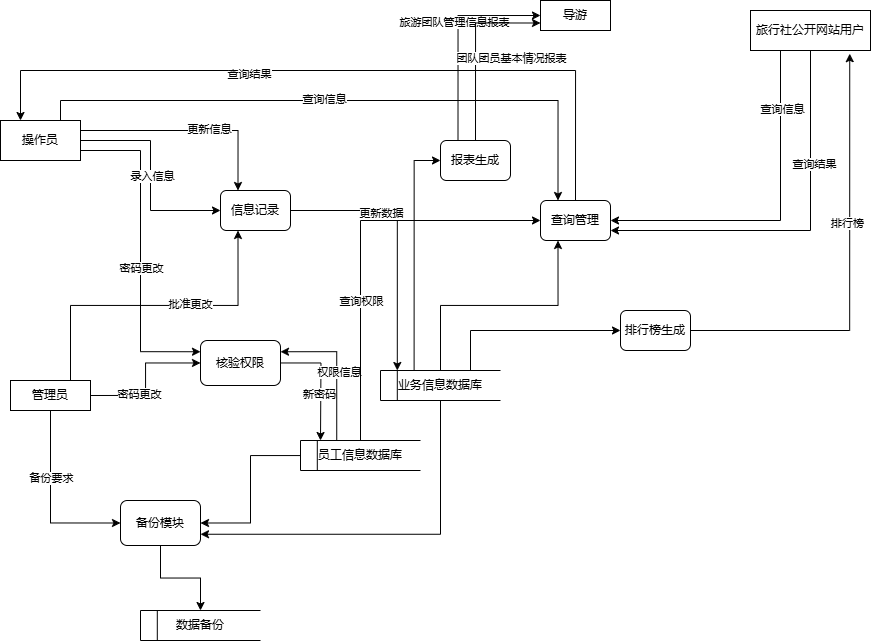
Earlier version of the draw.io export 可行性-数据流图.drawio.png (wefcdse/softeng). Source tidied: cells renumbered, new cells last; positions are measured from the earlier drawing's top-left corner, leaving out a move shared by most shapes. The source it was exported from:
```xml
<mxGraphModel>
  <root>
    <mxCell id="0" />
    <mxCell id="1" parent="0" />
    <mxCell id="2" style="group;" parent="1" vertex="1">
      <mxGeometry x="300" y="440" width="120" height="30" as="geometry" />
    </mxCell>
    <mxCell id="3" style="endArrow=none;html=1;rounded=0;entryX=0;entryY=0;entryDx=0;entryDy=0;exitX=0;exitY=1;exitDx=0;exitDy=0;" parent="2" edge="1" source="4" target="4">
      <mxGeometry relative="1" as="geometry" />
    </mxCell>
    <mxCell id="4" value="员工信息数据库" style="shape=partialRectangle;whiteSpace=wrap;html=1;left=0;right=0;fillColor=none;points=[[0,0,0,0,0],[0,0.25,0,0,0],[0,0.5,0,0,0],[0,0.75,0,0,0],[0,1,0,0,0],[0.14,0,0,0,0],[0.14,1,0,0,0],[0.5,0,0,0,0],[0.5,1,0,0,0],[0.75,0,0,0,0],[0.75,1,0,0,0],[1,0,0,0,0],[1,0.25,0,0,0],[1,0.5,0,0,0],[1,0.75,0,0,0],[1,1,0,0,0]];" parent="2" vertex="1">
      <mxGeometry width="120" height="30" as="geometry" />
    </mxCell>
    <mxCell id="5" style="endArrow=none;html=1;rounded=0;entryX=0.14;entryY=0;entryDx=0;entryDy=0;entryPerimeter=0;exitX=0.14;exitY=1;exitDx=0;exitDy=0;exitPerimeter=0;" parent="2" edge="1" source="4" target="4">
      <mxGeometry relative="1" as="geometry" />
    </mxCell>
    <mxCell id="6" style="edgeStyle=orthogonalEdgeStyle;rounded=0;jettySize=auto;html=1;" parent="1" edge="1" source="8">
      <mxGeometry relative="1" as="geometry">
        <mxPoint x="320" y="440" as="targetPoint" />
      </mxGeometry>
    </mxCell>
    <mxCell id="7" value="新密码" style="edgeLabel;html=1;align=center;verticalAlign=middle;" parent="6" vertex="1">
      <mxGeometry x="0.21" y="-2" relative="1" as="geometry">
        <mxPoint y="1" as="offset" />
      </mxGeometry>
    </mxCell>
    <mxCell id="8" value="核验权限" style="rounded=1;whiteSpace=wrap;html=1;" parent="1" vertex="1">
      <mxGeometry x="200" y="340" width="80" height="45" as="geometry" />
    </mxCell>
    <mxCell id="9" style="edgeStyle=orthogonalEdgeStyle;rounded=0;jettySize=auto;html=1;entryX=0;entryY=0.25;entryDx=0;entryDy=0;exitX=1;exitY=0.75;exitDx=0;exitDy=0;" parent="1" edge="1" source="17" target="8">
      <mxGeometry relative="1" as="geometry" />
    </mxCell>
    <mxCell id="10" value="密码更改" style="edgeLabel;html=1;align=center;verticalAlign=middle;" parent="9" vertex="1">
      <mxGeometry x="-0.04" relative="1" as="geometry">
        <mxPoint y="23" as="offset" />
      </mxGeometry>
    </mxCell>
    <mxCell id="11" style="edgeStyle=orthogonalEdgeStyle;rounded=0;jettySize=auto;html=1;entryX=0;entryY=0.5;entryDx=0;entryDy=0;" parent="1" edge="1" source="17" target="25">
      <mxGeometry relative="1" as="geometry" />
    </mxCell>
    <mxCell id="12" value="录入信息" style="edgeLabel;html=1;align=center;verticalAlign=middle;" parent="11" vertex="1">
      <mxGeometry x="0.01" y="1" relative="1" as="geometry" />
    </mxCell>
    <mxCell id="13" style="edgeStyle=orthogonalEdgeStyle;rounded=0;jettySize=auto;html=1;exitX=1;exitY=0.25;exitDx=0;exitDy=0;entryX=0.25;entryY=0;entryDx=0;entryDy=0;" parent="1" edge="1" source="17" target="25">
      <mxGeometry relative="1" as="geometry" />
    </mxCell>
    <mxCell id="14" value="更新信息" style="edgeLabel;html=1;align=center;verticalAlign=middle;" parent="13" vertex="1">
      <mxGeometry x="0.18" y="2" relative="1" as="geometry" />
    </mxCell>
    <mxCell id="15" style="edgeStyle=orthogonalEdgeStyle;rounded=0;jettySize=auto;html=1;exitX=0.75;exitY=0;exitDx=0;exitDy=0;entryX=0.25;entryY=0;entryDx=0;entryDy=0;" parent="1" edge="1" source="17" target="42">
      <mxGeometry relative="1" as="geometry" />
    </mxCell>
    <mxCell id="16" value="查询信息" style="edgeLabel;html=1;align=center;verticalAlign=middle;" parent="15" vertex="1">
      <mxGeometry x="-0.08" y="2" relative="1" as="geometry" />
    </mxCell>
    <mxCell id="17" value="操作员" style="rounded=0;whiteSpace=wrap;html=1;" parent="1" vertex="1">
      <mxGeometry y="120" width="80" height="40" as="geometry" />
    </mxCell>
    <mxCell id="18" style="edgeStyle=orthogonalEdgeStyle;rounded=0;jettySize=auto;html=1;exitX=1;exitY=0.5;exitDx=0;exitDy=0;" parent="1" edge="1" source="22" target="8">
      <mxGeometry relative="1" as="geometry" />
    </mxCell>
    <mxCell id="19" value="密码更改" style="edgeLabel;html=1;align=center;verticalAlign=middle;" parent="18" vertex="1">
      <mxGeometry x="-0.33" y="2" relative="1" as="geometry" />
    </mxCell>
    <mxCell id="20" style="edgeStyle=orthogonalEdgeStyle;rounded=0;jettySize=auto;html=1;entryX=0;entryY=0.5;entryDx=0;entryDy=0;exitX=0.5;exitY=1;exitDx=0;exitDy=0;" parent="1" edge="1" source="22" target="45">
      <mxGeometry relative="1" as="geometry" />
    </mxCell>
    <mxCell id="21" value="备份要求" style="edgeLabel;html=1;align=center;verticalAlign=middle;" parent="20" vertex="1">
      <mxGeometry x="-0.26" relative="1" as="geometry" />
    </mxCell>
    <mxCell id="22" value="管理员" style="rounded=0;whiteSpace=wrap;html=1;" parent="1" vertex="1">
      <mxGeometry x="10" y="380" width="80" height="30" as="geometry" />
    </mxCell>
    <mxCell id="23" style="edgeStyle=orthogonalEdgeStyle;rounded=0;jettySize=auto;html=1;exitX=0.302;exitY=-0.004;exitDx=0;exitDy=0;exitPerimeter=0;entryX=1;entryY=0.25;entryDx=0;entryDy=0;" parent="1" edge="1" source="4" target="8">
      <mxGeometry relative="1" as="geometry" />
    </mxCell>
    <mxCell id="24" value="权限信息" style="edgeLabel;html=1;align=center;verticalAlign=middle;" parent="23" vertex="1">
      <mxGeometry x="-0.06" y="-2" relative="1" as="geometry" />
    </mxCell>
    <mxCell id="25" value="信息记录" style="rounded=1;whiteSpace=wrap;html=1;" parent="1" vertex="1">
      <mxGeometry x="220" y="190" width="70" height="40" as="geometry" />
    </mxCell>
    <mxCell id="26" style="edgeStyle=orthogonalEdgeStyle;rounded=0;jettySize=auto;html=1;exitX=0.75;exitY=0;exitDx=0;exitDy=0;entryX=0.25;entryY=1;entryDx=0;entryDy=0;" parent="1" edge="1" source="22" target="25">
      <mxGeometry relative="1" as="geometry" />
    </mxCell>
    <mxCell id="27" value="批准更改" style="edgeLabel;html=1;align=center;verticalAlign=middle;" parent="26" vertex="1">
      <mxGeometry x="0.18" y="-3" relative="1" as="geometry">
        <mxPoint x="7" y="-5" as="offset" />
      </mxGeometry>
    </mxCell>
    <mxCell id="28" style="group;" parent="1" vertex="1">
      <mxGeometry x="380" y="370" width="120" height="30" as="geometry" />
    </mxCell>
    <mxCell id="29" style="endArrow=none;html=1;rounded=0;entryX=0;entryY=0;entryDx=0;entryDy=0;exitX=0;exitY=1;exitDx=0;exitDy=0;" parent="28" edge="1" source="30" target="30">
      <mxGeometry relative="1" as="geometry" />
    </mxCell>
    <mxCell id="30" value="业务信息数据库" style="shape=partialRectangle;whiteSpace=wrap;html=1;left=0;right=0;fillColor=none;points=[[0,0,0,0,0],[0,0.25,0,0,0],[0,0.5,0,0,0],[0,0.75,0,0,0],[0,1,0,0,0],[0.14,0,0,0,0],[0.14,1,0,0,0],[0.28,0,0,0,0],[0.28,1,0,0,0],[0.5,0,0,0,0],[0.5,1,0,0,0],[0.75,0,0,0,0],[0.75,1,0,0,0],[1,0,0,0,0],[1,0.25,0,0,0],[1,0.5,0,0,0],[1,0.75,0,0,0],[1,1,0,0,0]];" parent="28" vertex="1">
      <mxGeometry width="120" height="30" as="geometry" />
    </mxCell>
    <mxCell id="31" style="endArrow=none;html=1;rounded=0;entryX=0.14;entryY=0;entryDx=0;entryDy=0;entryPerimeter=0;exitX=0.14;exitY=1;exitDx=0;exitDy=0;exitPerimeter=0;" parent="28" edge="1" source="30" target="30">
      <mxGeometry relative="1" as="geometry" />
    </mxCell>
    <mxCell id="32" style="edgeStyle=orthogonalEdgeStyle;rounded=0;jettySize=auto;html=1;entryX=0.14;entryY=0;entryDx=0;entryDy=0;entryPerimeter=0;" parent="1" edge="1" source="25" target="30">
      <mxGeometry relative="1" as="geometry" />
    </mxCell>
    <mxCell id="33" value="更新数据" style="edgeLabel;html=1;align=center;verticalAlign=middle;" parent="32" vertex="1">
      <mxGeometry x="-0.32" y="-2" relative="1" as="geometry" />
    </mxCell>
    <mxCell id="34" value="导游" style="rounded=0;whiteSpace=wrap;html=1;" parent="1" vertex="1">
      <mxGeometry x="540" width="70" height="30" as="geometry" />
    </mxCell>
    <mxCell id="35" style="edgeStyle=orthogonalEdgeStyle;rounded=0;jettySize=auto;html=1;exitX=0.25;exitY=1;exitDx=0;exitDy=0;entryX=1;entryY=0.5;entryDx=0;entryDy=0;" parent="1" edge="1" source="39" target="42">
      <mxGeometry relative="1" as="geometry" />
    </mxCell>
    <mxCell id="36" value="查询信息" style="edgeLabel;html=1;align=center;verticalAlign=middle;" parent="35" vertex="1">
      <mxGeometry x="-0.65" y="1" relative="1" as="geometry" />
    </mxCell>
    <mxCell id="37" style="edgeStyle=orthogonalEdgeStyle;rounded=0;jettySize=auto;html=1;exitX=0.5;exitY=1;exitDx=0;exitDy=0;entryX=1;entryY=0.75;entryDx=0;entryDy=0;" parent="1" edge="1" source="39" target="42">
      <mxGeometry relative="1" as="geometry" />
    </mxCell>
    <mxCell id="38" value="查询结果" style="edgeLabel;html=1;align=center;verticalAlign=middle;" parent="37" vertex="1">
      <mxGeometry x="-0.4" y="3" relative="1" as="geometry" />
    </mxCell>
    <mxCell id="39" value="旅行社公开网站用户" style="rounded=0;whiteSpace=wrap;html=1;" parent="1" vertex="1">
      <mxGeometry x="750" y="10" width="120" height="40" as="geometry" />
    </mxCell>
    <mxCell id="40" style="edgeStyle=orthogonalEdgeStyle;rounded=0;jettySize=auto;html=1;exitX=0.5;exitY=0;exitDx=0;exitDy=0;entryX=0.25;entryY=0;entryDx=0;entryDy=0;" parent="1" edge="1" source="42" target="17">
      <mxGeometry relative="1" as="geometry">
        <Array as="points">
          <mxPoint x="575" y="70" />
          <mxPoint x="20" y="70" />
        </Array>
      </mxGeometry>
    </mxCell>
    <mxCell id="41" value="查询结果" style="edgeLabel;html=1;align=center;verticalAlign=middle;" parent="40" vertex="1">
      <mxGeometry x="0.24" y="3" relative="1" as="geometry">
        <mxPoint x="1" as="offset" />
      </mxGeometry>
    </mxCell>
    <mxCell id="42" value="查询管理" style="rounded=1;whiteSpace=wrap;html=1;" parent="1" vertex="1">
      <mxGeometry x="540" y="200" width="70" height="40" as="geometry" />
    </mxCell>
    <mxCell id="43" style="edgeStyle=orthogonalEdgeStyle;rounded=0;jettySize=auto;html=1;exitX=0.5;exitY=0;exitDx=0;exitDy=0;exitPerimeter=0;entryX=0;entryY=0.5;entryDx=0;entryDy=0;" parent="1" edge="1" source="4" target="42">
      <mxGeometry relative="1" as="geometry" />
    </mxCell>
    <mxCell id="44" value="查询权限" style="edgeLabel;html=1;align=center;verticalAlign=middle;" parent="43" vertex="1">
      <mxGeometry x="-0.3" relative="1" as="geometry" />
    </mxCell>
    <mxCell id="45" value="备份模块" style="rounded=1;whiteSpace=wrap;html=1;" parent="1" vertex="1">
      <mxGeometry x="120" y="500" width="80" height="45" as="geometry" />
    </mxCell>
    <mxCell id="46" style="edgeStyle=orthogonalEdgeStyle;rounded=0;jettySize=auto;html=1;entryX=1;entryY=0.5;entryDx=0;entryDy=0;" parent="1" edge="1" source="4" target="45">
      <mxGeometry relative="1" as="geometry" />
    </mxCell>
    <mxCell id="47" style="edgeStyle=orthogonalEdgeStyle;rounded=0;jettySize=auto;html=1;entryX=1;entryY=0.75;entryDx=0;entryDy=0;exitX=0.5;exitY=1;exitDx=0;exitDy=0;exitPerimeter=0;" parent="1" edge="1" source="30" target="45">
      <mxGeometry relative="1" as="geometry" />
    </mxCell>
    <mxCell id="48" style="group;" parent="1" vertex="1">
      <mxGeometry x="140" y="610" width="120" height="30" as="geometry" />
    </mxCell>
    <mxCell id="49" style="endArrow=none;html=1;rounded=0;entryX=0;entryY=0;entryDx=0;entryDy=0;exitX=0;exitY=1;exitDx=0;exitDy=0;" parent="48" edge="1" source="50" target="50">
      <mxGeometry relative="1" as="geometry" />
    </mxCell>
    <mxCell id="50" value="数据备份" style="shape=partialRectangle;whiteSpace=wrap;html=1;left=0;right=0;fillColor=none;points=[[0,0,0,0,0],[0,0.25,0,0,0],[0,0.5,0,0,0],[0,0.75,0,0,0],[0,1,0,0,0],[0.14,0,0,0,0],[0.14,1,0,0,0],[0.5,0,0,0,0],[0.5,1,0,0,0],[0.75,0,0,0,0],[0.75,1,0,0,0],[1,0,0,0,0],[1,0.25,0,0,0],[1,0.5,0,0,0],[1,0.75,0,0,0],[1,1,0,0,0]];" parent="48" vertex="1">
      <mxGeometry width="120" height="30" as="geometry" />
    </mxCell>
    <mxCell id="51" style="endArrow=none;html=1;rounded=0;entryX=0.14;entryY=0;entryDx=0;entryDy=0;entryPerimeter=0;exitX=0.14;exitY=1;exitDx=0;exitDy=0;exitPerimeter=0;" parent="48" edge="1" source="50" target="50">
      <mxGeometry relative="1" as="geometry" />
    </mxCell>
    <mxCell id="52" style="edgeStyle=orthogonalEdgeStyle;rounded=0;jettySize=auto;html=1;entryX=0.5;entryY=0;entryDx=0;entryDy=0;entryPerimeter=0;" parent="1" edge="1" source="45" target="50">
      <mxGeometry relative="1" as="geometry" />
    </mxCell>
    <mxCell id="53" style="edgeStyle=orthogonalEdgeStyle;rounded=0;jettySize=auto;html=1;entryX=0.25;entryY=1;entryDx=0;entryDy=0;exitX=0.5;exitY=0;exitDx=0;exitDy=0;exitPerimeter=0;" parent="1" edge="1" source="30" target="42">
      <mxGeometry relative="1" as="geometry" />
    </mxCell>
    <mxCell id="54" value="排行榜生成" style="rounded=1;whiteSpace=wrap;html=1;" parent="1" vertex="1">
      <mxGeometry x="620" y="310" width="70" height="40" as="geometry" />
    </mxCell>
    <mxCell id="55" style="edgeStyle=orthogonalEdgeStyle;rounded=0;jettySize=auto;html=1;exitX=0.75;exitY=0;exitDx=0;exitDy=0;exitPerimeter=0;entryX=0;entryY=0.5;entryDx=0;entryDy=0;" parent="1" edge="1" source="30" target="54">
      <mxGeometry relative="1" as="geometry" />
    </mxCell>
    <mxCell id="56" style="edgeStyle=orthogonalEdgeStyle;rounded=0;jettySize=auto;html=1;exitX=1;exitY=0.5;exitDx=0;exitDy=0;entryX=0.827;entryY=1.08;entryDx=0;entryDy=0;entryPerimeter=0;" parent="1" edge="1" source="54" target="39">
      <mxGeometry relative="1" as="geometry" />
    </mxCell>
    <mxCell id="57" value="排行榜" style="edgeLabel;html=1;align=center;verticalAlign=middle;" parent="56" vertex="1">
      <mxGeometry x="0.23" y="3" relative="1" as="geometry" />
    </mxCell>
    <mxCell id="58" style="edgeStyle=orthogonalEdgeStyle;rounded=0;jettySize=auto;html=1;exitX=0.25;exitY=0;exitDx=0;exitDy=0;entryX=0;entryY=0.5;entryDx=0;entryDy=0;" parent="1" edge="1" source="62" target="34">
      <mxGeometry relative="1" as="geometry" />
    </mxCell>
    <mxCell id="59" value="旅游团队管理信息报表" style="edgeLabel;html=1;align=center;verticalAlign=middle;" parent="58" vertex="1">
      <mxGeometry x="0.15" y="5" relative="1" as="geometry">
        <mxPoint x="1" as="offset" />
      </mxGeometry>
    </mxCell>
    <mxCell id="60" style="edgeStyle=orthogonalEdgeStyle;rounded=0;jettySize=auto;html=1;exitX=0.5;exitY=0;exitDx=0;exitDy=0;entryX=0;entryY=0.75;entryDx=0;entryDy=0;" parent="1" edge="1" source="62" target="34">
      <mxGeometry relative="1" as="geometry" />
    </mxCell>
    <mxCell id="61" value="团队团员基本情况报表" style="edgeLabel;html=1;align=center;verticalAlign=middle;" parent="60" vertex="1">
      <mxGeometry x="-0.29" y="1" relative="1" as="geometry">
        <mxPoint x="36" y="-18" as="offset" />
      </mxGeometry>
    </mxCell>
    <mxCell id="62" value="报表生成" style="rounded=1;whiteSpace=wrap;html=1;" parent="1" vertex="1">
      <mxGeometry x="440" y="140" width="70" height="40" as="geometry" />
    </mxCell>
    <mxCell id="63" style="edgeStyle=orthogonalEdgeStyle;rounded=0;jettySize=auto;html=1;exitX=0.28;exitY=0;exitDx=0;exitDy=0;exitPerimeter=0;entryX=0;entryY=0.5;entryDx=0;entryDy=0;" parent="1" edge="1" source="30" target="62">
      <mxGeometry relative="1" as="geometry" />
    </mxCell>
  </root>
</mxGraphModel>
```
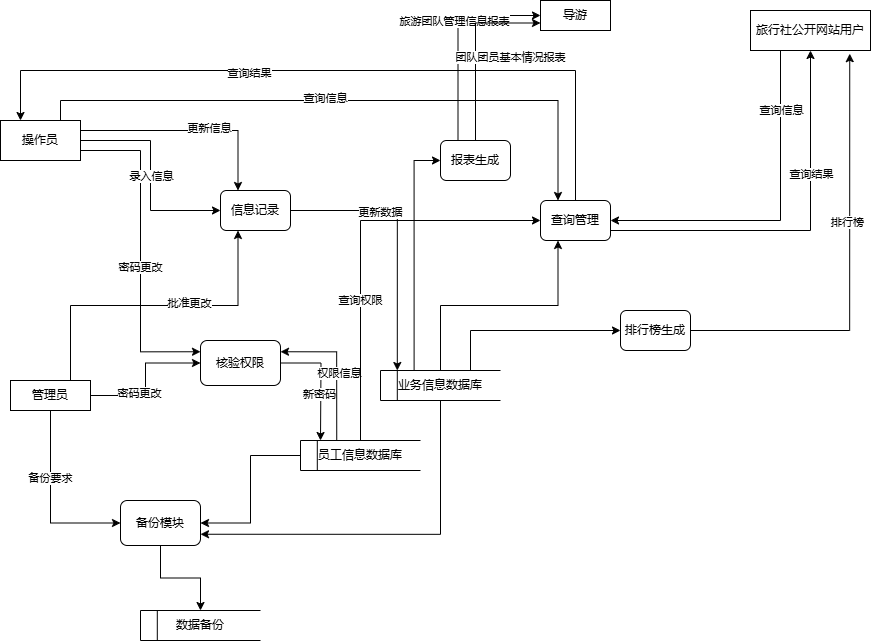
The same diagram one commit later.

Commit message:
更新可行性-数据流图.drawio.png

Change to the diagram source:
```diff
@@ -115,12 +115,6 @@
     <mxCell id="36" value="查询信息" style="edgeLabel;html=1;align=center;verticalAlign=middle;" parent="35" vertex="1">
       <mxGeometry x="-0.65" y="1" relative="1" as="geometry" />
     </mxCell>
-    <mxCell id="37" style="edgeStyle=orthogonalEdgeStyle;rounded=0;jettySize=auto;html=1;exitX=0.5;exitY=1;exitDx=0;exitDy=0;entryX=1;entryY=0.75;entryDx=0;entryDy=0;" parent="1" edge="1" source="39" target="42">
-      <mxGeometry relative="1" as="geometry" />
-    </mxCell>
-    <mxCell id="38" value="查询结果" style="edgeLabel;html=1;align=center;verticalAlign=middle;" parent="37" vertex="1">
-      <mxGeometry x="-0.4" y="3" relative="1" as="geometry" />
-    </mxCell>
     <mxCell id="39" value="旅行社公开网站用户" style="rounded=0;whiteSpace=wrap;html=1;" parent="1" vertex="1">
       <mxGeometry x="750" y="10" width="120" height="40" as="geometry" />
     </mxCell>
@@ -137,6 +131,12 @@
         <mxPoint x="1" as="offset" />
       </mxGeometry>
     </mxCell>
+    <mxCell id="64" style="edgeStyle=orthogonalEdgeStyle;rounded=0;jettySize=auto;html=1;exitX=1;exitY=0.75;exitDx=0;exitDy=0;entryX=0.5;entryY=1;entryDx=0;entryDy=0;" parent="1" edge="1" source="42" target="39">
+      <mxGeometry relative="1" as="geometry" />
+    </mxCell>
+    <mxCell id="38" value="查询结果" style="edgeLabel;html=1;align=center;verticalAlign=middle;" parent="64" vertex="1">
+      <mxGeometry x="0.35" y="-1" relative="1" as="geometry" />
+    </mxCell>
     <mxCell id="42" value="查询管理" style="rounded=1;whiteSpace=wrap;html=1;" parent="1" vertex="1">
       <mxGeometry x="540" y="200" width="70" height="40" as="geometry" />
     </mxCell>
```
